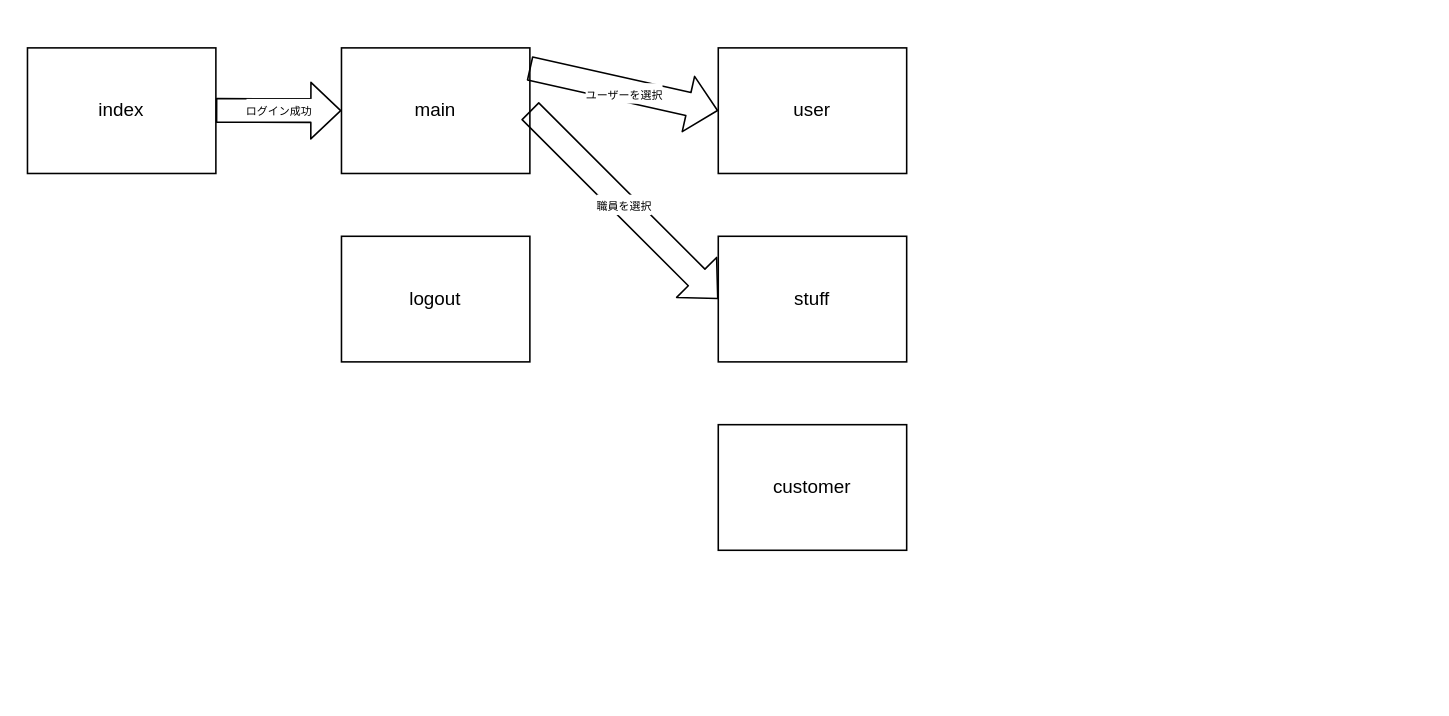
Above: 企業実習/画面遷移図.drawio in TAKE-KATU/0515- (draw.io), before the change. Source tidied: cells renumbered, new cells numbered last; positions are measured from the earlier drawing's top-left corner, leaving out a move shared by most shapes. Both pictures are drawn from the tidied source at 157%, with x=0, y=0 at pixel (27, 47).
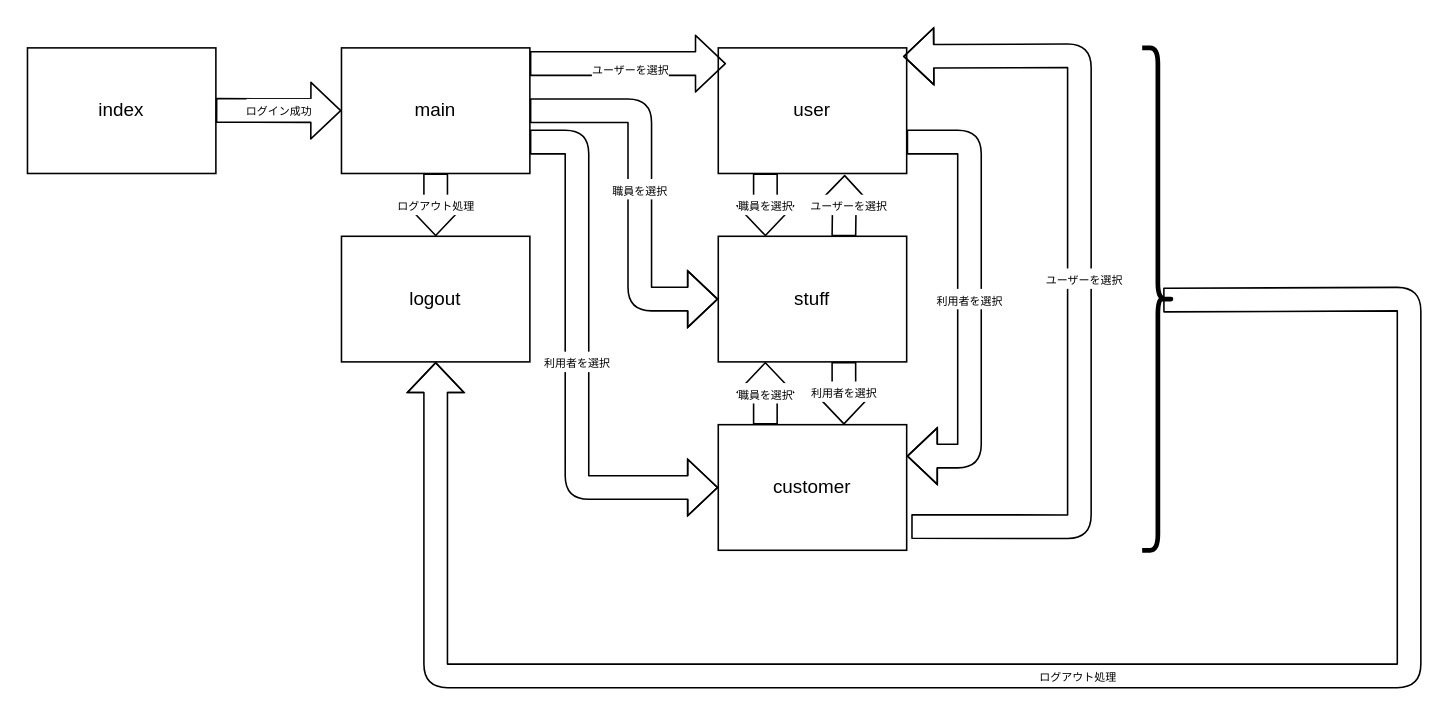
The same page after the edit.

Commit message (it also covers changes not shown here):
企業実習のファイルを追加・修正

Unchanged cells that the change refers to:
```xml
<mxCell id="3" value="main" style="rounded=0;whiteSpace=wrap;html=1;" parent="1" vertex="1">
  <mxGeometry x="200" width="120" height="80" as="geometry" />
</mxCell>
<mxCell id="4" value="user" style="rounded=0;whiteSpace=wrap;html=1;" parent="1" vertex="1">
  <mxGeometry x="440" width="120" height="80" as="geometry" />
</mxCell>
<mxCell id="5" value="stuff" style="rounded=0;whiteSpace=wrap;html=1;" parent="1" vertex="1">
  <mxGeometry x="440" y="120" width="120" height="80" as="geometry" />
</mxCell>
<mxCell id="6" value="customer" style="rounded=0;whiteSpace=wrap;html=1;" parent="1" vertex="1">
  <mxGeometry x="440" y="240" width="120" height="80" as="geometry" />
</mxCell>
<mxCell id="7" value="logout" style="rounded=0;whiteSpace=wrap;html=1;" parent="1" vertex="1">
  <mxGeometry x="200" y="120" width="120" height="80" as="geometry" />
</mxCell>
```

Diff of the diagram source:
```diff
@@
-    <mxCell id="9" value="&lt;font style=&quot;font-size: 7px;&quot;&gt;ユーザーを選択&lt;/font&gt;" style="shape=flexArrow;endArrow=classic;html=1;entryX=0;entryY=0.5;entryDx=0;entryDy=0;width=15;align=center;spacing=0;spacingBottom=1;exitX=0.997;exitY=0.163;exitDx=0;exitDy=0;exitPerimeter=0;" parent="1" edge="1" source="3" target="4">
-      <mxGeometry x="0.02" y="-3" relative="1" as="geometry" />
+    <mxCell id="9" value="&lt;font style=&quot;font-size: 7px;&quot;&gt;ユーザーを選択&lt;/font&gt;" style="shape=flexArrow;endArrow=classic;html=1;width=15;align=center;spacing=0;spacingBottom=1;exitX=0.997;exitY=0.163;exitDx=0;exitDy=0;exitPerimeter=0;" parent="1" edge="1">
+      <mxGeometry x="0.02" y="-3" relative="1" as="geometry">
+        <mxPoint x="320" y="10" as="sourcePoint" />
+        <mxPoint x="445" y="10" as="targetPoint" />
+      </mxGeometry>
     </mxCell>
     <mxCell id="10" value="&lt;font style=&quot;font-size: 7px;&quot;&gt;職員を選択&lt;/font&gt;" style="shape=flexArrow;endArrow=classic;html=1;entryX=0;entryY=0.5;entryDx=0;entryDy=0;width=15;align=center;spacing=0;spacingBottom=1;exitX=1;exitY=0.5;exitDx=0;exitDy=0;" parent="1" edge="1" source="3" target="5">
-      <mxGeometry relative="1" as="geometry" />
+      <mxGeometry relative="1" as="geometry">
+        <Array as="points">
+          <mxPoint x="390" y="40" />
+          <mxPoint x="390" y="160" />
+        </Array>
+      </mxGeometry>
     </mxCell>
+    <mxCell id="11" value="&lt;font style=&quot;font-size: 7px;&quot;&gt;利用者を選択&lt;/font&gt;" style="shape=flexArrow;endArrow=classic;html=1;entryX=0;entryY=0.5;entryDx=0;entryDy=0;width=15;align=center;spacing=0;spacingBottom=1;exitX=1;exitY=0.75;exitDx=0;exitDy=0;" parent="1" edge="1" source="3" target="6">
+      <mxGeometry relative="1" as="geometry">
+        <Array as="points">
+          <mxPoint x="350" y="60" />
+          <mxPoint x="350" y="280" />
+        </Array>
+      </mxGeometry>
+    </mxCell>
+    <mxCell id="12" value="&lt;font style=&quot;font-size: 7px;&quot;&gt;ユーザーを選択&lt;/font&gt;" style="shape=flexArrow;endArrow=classic;html=1;entryX=0.671;entryY=1.011;entryDx=0;entryDy=0;width=15;align=center;spacing=0;spacingBottom=1;exitX=0.997;exitY=0.163;exitDx=0;exitDy=0;exitPerimeter=0;entryPerimeter=0;" parent="1" edge="1" target="4">
+      <mxGeometry x="0.02" y="-3" relative="1" as="geometry">
+        <mxPoint x="520" y="120" as="sourcePoint" />
+      </mxGeometry>
+    </mxCell>
+    <mxCell id="13" value="&lt;font style=&quot;font-size: 7px;&quot;&gt;職員を選択&lt;/font&gt;" style="shape=flexArrow;endArrow=classic;html=1;entryX=0.25;entryY=0;entryDx=0;entryDy=0;width=15;align=center;spacing=0;spacingBottom=1;exitX=1;exitY=0.5;exitDx=0;exitDy=0;" parent="1" edge="1" target="5">
+      <mxGeometry relative="1" as="geometry">
+        <mxPoint x="470" y="80" as="sourcePoint" />
+      </mxGeometry>
+    </mxCell>
+    <mxCell id="14" value="&lt;font style=&quot;font-size: 7px;&quot;&gt;利用者を選択&lt;/font&gt;" style="shape=flexArrow;endArrow=classic;html=1;entryX=1;entryY=0.25;entryDx=0;entryDy=0;width=15;align=center;spacing=0;spacingBottom=1;exitX=1;exitY=0.75;exitDx=0;exitDy=0;" parent="1" edge="1" source="4" target="6">
+      <mxGeometry relative="1" as="geometry">
+        <Array as="points">
+          <mxPoint x="600" y="60" />
+          <mxPoint x="600" y="260" />
+        </Array>
+      </mxGeometry>
+    </mxCell>
+    <mxCell id="15" value="&lt;font style=&quot;font-size: 7px;&quot;&gt;職員を選択&lt;/font&gt;" style="shape=flexArrow;endArrow=classic;html=1;entryX=0.25;entryY=1;entryDx=0;entryDy=0;width=15;align=center;spacing=0;spacingBottom=1;exitX=1;exitY=0.5;exitDx=0;exitDy=0;" parent="1" edge="1" target="5">
+      <mxGeometry relative="1" as="geometry">
+        <mxPoint x="470" y="240" as="sourcePoint" />
+      </mxGeometry>
+    </mxCell>
+    <mxCell id="16" value="&lt;font style=&quot;font-size: 7px;&quot;&gt;利用者を選択&lt;/font&gt;" style="shape=flexArrow;endArrow=classic;html=1;entryX=0.667;entryY=0;entryDx=0;entryDy=0;width=15;align=center;spacing=0;spacingBottom=1;exitX=1;exitY=1;exitDx=0;exitDy=0;entryPerimeter=0;" parent="1" edge="1" target="6">
+      <mxGeometry relative="1" as="geometry">
+        <mxPoint x="520" y="200" as="sourcePoint" />
+      </mxGeometry>
+    </mxCell>
+    <mxCell id="17" value="&lt;font style=&quot;font-size: 7px;&quot;&gt;ユーザーを選択&lt;/font&gt;" style="shape=flexArrow;endArrow=classic;html=1;entryX=0.981;entryY=0.068;entryDx=0;entryDy=0;width=15;align=center;spacing=0;spacingBottom=1;exitX=1.024;exitY=0.811;exitDx=0;exitDy=0;exitPerimeter=0;entryPerimeter=0;" parent="1" edge="1" source="6" target="4">
+      <mxGeometry x="0.02" y="-3" relative="1" as="geometry">
+        <Array as="points">
+          <mxPoint x="670" y="305" />
+          <mxPoint x="670" y="5" />
+        </Array>
+      </mxGeometry>
+    </mxCell>
+    <mxCell id="18" value="&lt;span style=&quot;font-size: 7px;&quot;&gt;ログアウト処理&lt;/span&gt;" style="shape=flexArrow;endArrow=classic;html=1;entryX=0.5;entryY=0;entryDx=0;entryDy=0;width=15;align=center;spacing=0;spacingBottom=1;exitX=0.5;exitY=1;exitDx=0;exitDy=0;" parent="1" edge="1" source="3" target="7">
+      <mxGeometry relative="1" as="geometry" />
+    </mxCell>
+    <mxCell id="19" value="&lt;span style=&quot;font-size: 7px;&quot;&gt;ログアウト処理&lt;/span&gt;" style="shape=flexArrow;endArrow=classic;html=1;width=15;align=center;spacing=0;spacingBottom=1;exitX=0.333;exitY=0.502;exitDx=0;exitDy=0;exitPerimeter=0;" parent="1" edge="1" source="20">
+      <mxGeometry relative="1" as="geometry">
+        <mxPoint x="260" y="200" as="targetPoint" />
+        <Array as="points">
+          <mxPoint x="880" y="160" />
+          <mxPoint x="880" y="400" />
+          <mxPoint x="610" y="400" />
+          <mxPoint x="260" y="400" />
+        </Array>
+      </mxGeometry>
+    </mxCell>
+    <mxCell id="20" style="shape=curlyBracket;whiteSpace=wrap;html=1;rounded=1;flipH=1;labelPosition=right;verticalLabelPosition=middle;align=left;verticalAlign=middle;strokeWidth=3;" parent="1" vertex="1">
+      <mxGeometry x="710" width="20" height="320" as="geometry" />
+    </mxCell>
```
